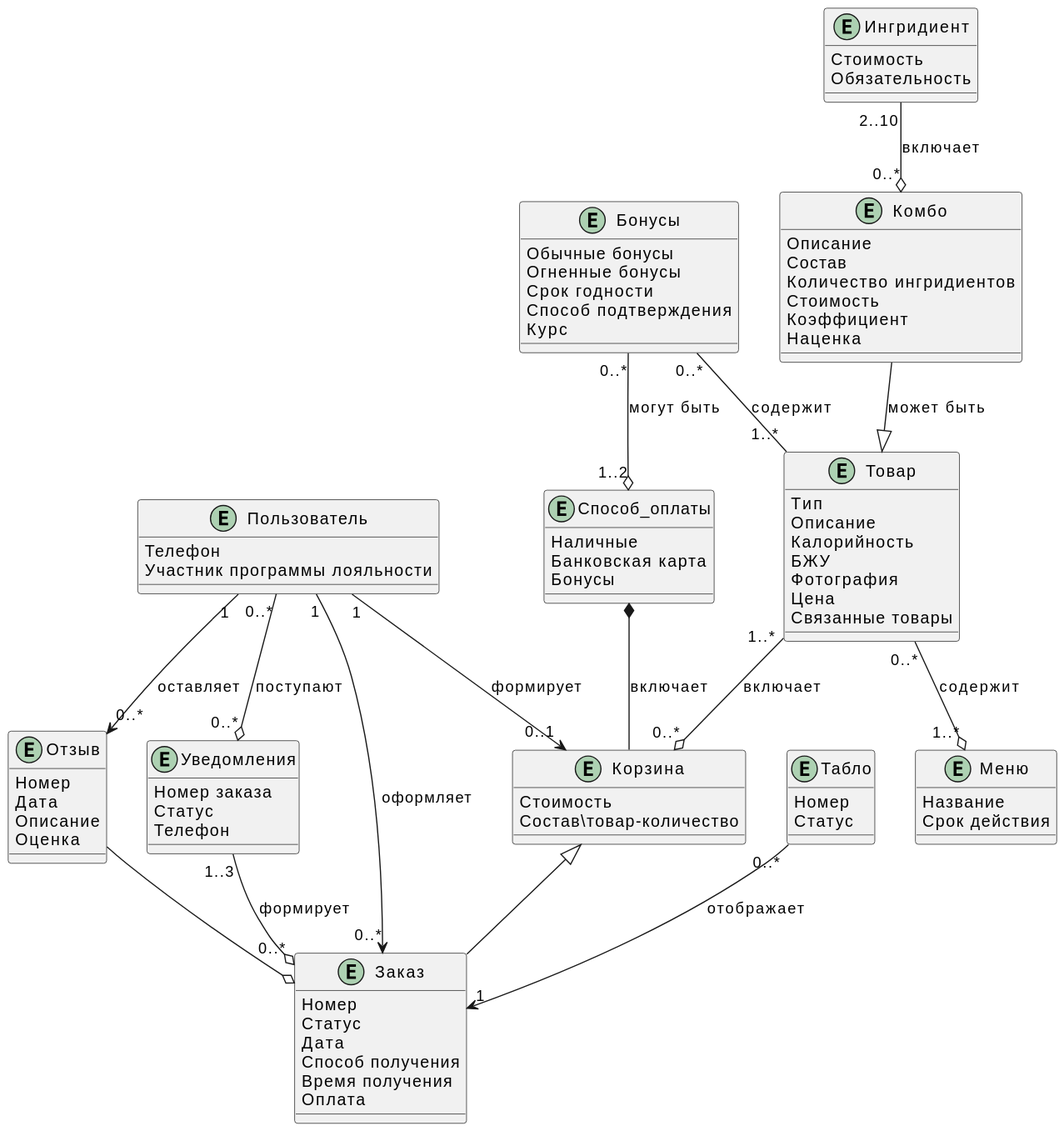
The PlantUML diagram docs/diagrams/include/classes.svg in xxx996/OTUS_Restaraunt, before a commit.
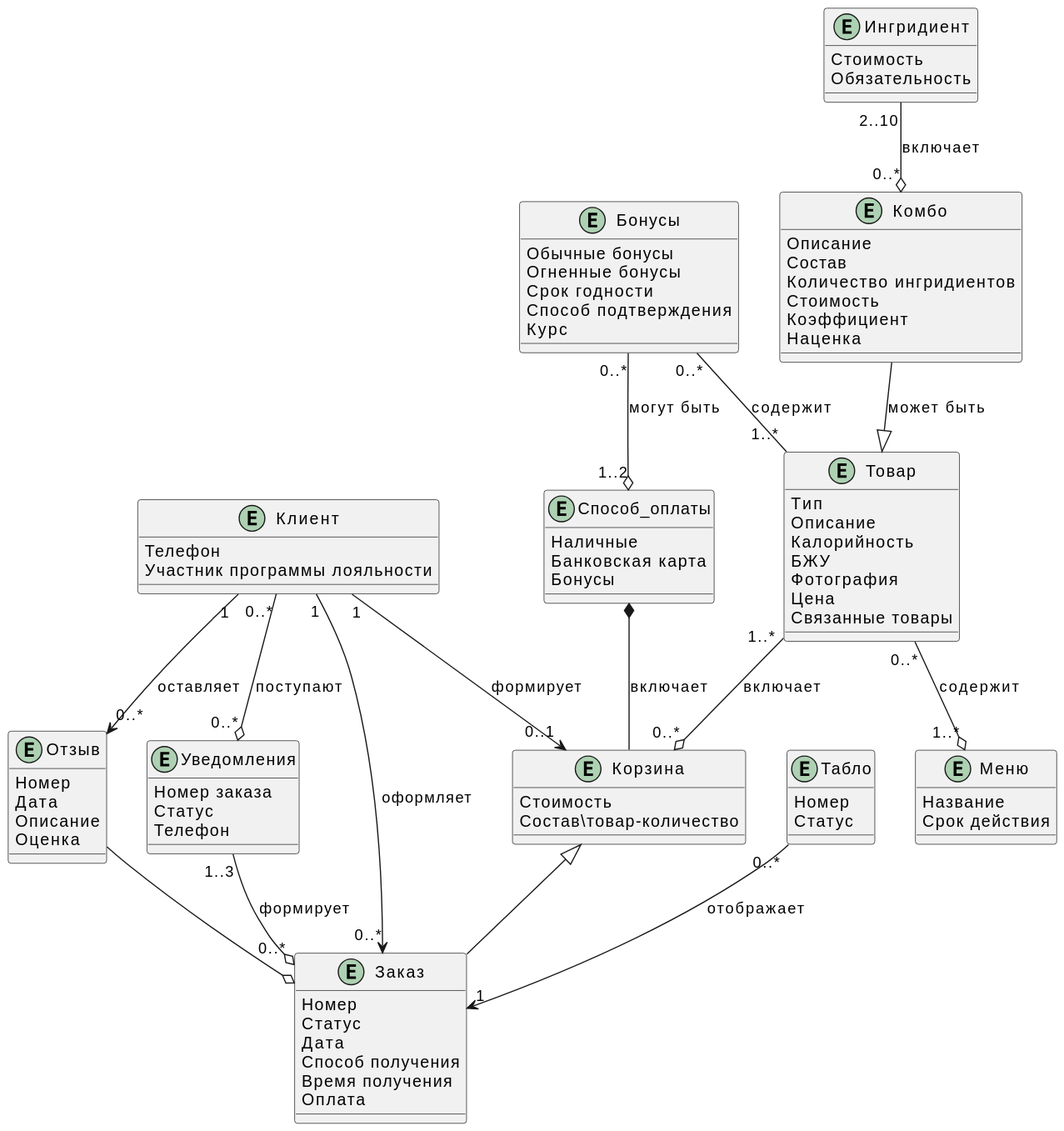
The same diagram one commit later.

Diff of the diagram source:
```diff
@@ -1,5 +1,5 @@
 @startuml
-Entity Пользователь
+Entity Клиент
 {
 Телефон
 Участник программы лояльности
@@ -97,10 +97,10 @@
 
 Товар "1..*" --o "0..*" Корзина :включает
 Товар "0..*" --o "1..*" Меню :содержит
-Пользователь "1" --> "0..*" Заказ :оформляет
-Пользователь "1" --> "0..1" Корзина: формирует
-Пользователь "1" --> "0..*" Отзыв :оставляет
-Пользователь "0..*" --o "0..*" Уведомления :поступают
+Клиент "1" --> "0..*" Заказ :оформляет
+Клиент "1" --> "0..1" Корзина: формирует
+Клиент "1" --> "0..*" Отзыв :оставляет
+Клиент "0..*" --o "0..*" Уведомления :поступают
 Ингридиент "2..10" --o "0..*" Комбо :включает
 Комбо --^ Товар: может быть
 Корзина ^-- Заказ
```
